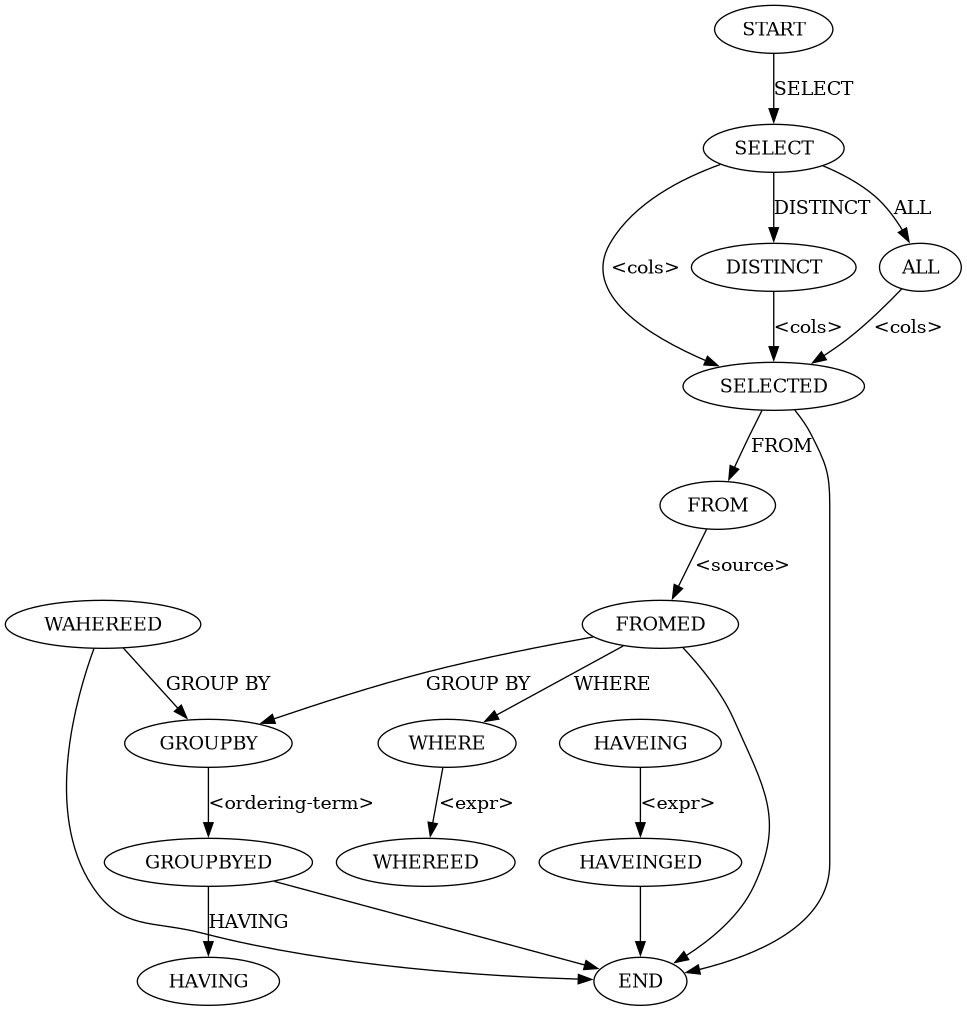
Above: grammar.png in BalderHolst/query-builder (Graphviz), before the change. Its source is kept beside it as grammar.dot. Its diagram source:
```dot

digraph my_graph {
    START SELECT SELECTED FROM FROMED WHERE WHEREED GROUPBY GROUPBYED HAVING HAVEINGED END;

    # SELECT
    START -> SELECT [label="SELECT"];
        SELECT -> DISTINCT [label="DISTINCT"];
            DISTINCT -> SELECTED [label="<cols>"]
        SELECT -> ALL [label="ALL"];
            ALL -> SELECTED [label="<cols>"]
        SELECT -> SELECTED [label="<cols>"]

    SELECTED -> END [label=""]

    # FROM
    SELECTED -> FROM [label="FROM"]
        FROM -> FROMED [label="<source>"]
            FROMED -> WHERE [label="WHERE"]
            FROMED -> GROUPBY [label="GROUP BY"]
            FROMED -> END [label=""]

    # WHERE
    WHERE -> WHEREED [label="<expr>"]
        WAHEREED -> GROUPBY [label="GROUP BY"]
        WAHEREED -> END [label=""]

    # GROUP BY
    GROUPBY -> GROUPBYED [label="<ordering-term>"]
        GROUPBYED -> HAVING [label="HAVING"]
            HAVEING -> HAVEINGED [label="<expr>"]
                HAVEINGED -> END [label=""]
        GROUPBYED -> END [label=""]
}
```
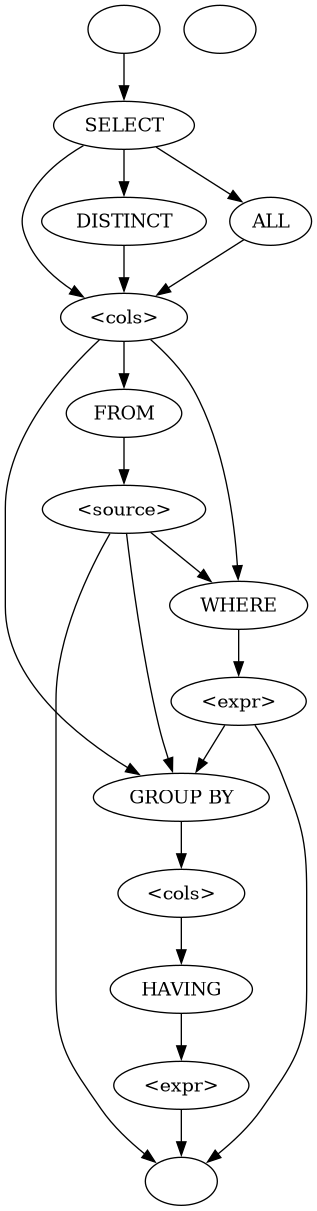
Above is the later version.

What changed in the source:
```diff
@@ -1,33 +1,37 @@
 
 digraph my_graph {
-    START SELECT SELECTED FROM FROMED WHERE WHEREED GROUPBY GROUPBYED HAVING HAVEINGED END;
+    START;
+    SELECT [label=SELECT];
+    SELECT_TARGET [label=cols];
+    FROM [label=FROM];
+    DISTINCT [label=DISTINCT];
+    ALL [label=ALL];
+    FROM_TARGET [label=source];
+    WHERE [label=WHERE];
+    WHERE_TARGET [label=expr];
+    GROUPBY [label=GROUP_BY];
+    GROUPBY_TARGET [label=cols];
+    HAVING [label=HAVING];
+    HAVING_TARGET [label=expr];
+    END;
 
-    # SELECT
-    START -> SELECT [label="SELECT"];
-        SELECT -> DISTINCT [label="DISTINCT"];
-            DISTINCT -> SELECTED [label="<cols>"]
-        SELECT -> ALL [label="ALL"];
-            ALL -> SELECTED [label="<cols>"]
-        SELECT -> SELECTED [label="<cols>"]
+    START -> SELECT;
+    SELECT -> SELECT_TARGET;
+    SELECT -> DISTINCT -> SELECT_TARGET;
+    SELECT -> ALL -> SELECT_TARGET;
+        SELECT_TARGET -> FROM
+        SELECT_TARGET -> WHERE;
+        SELECT_TARGET -> GROUPBY;
 
-    SELECTED -> END [label=""]
+    FROM -> FROM_TARGET;
+        FROM_TARGET -> END;
+        FROM_TARGET -> GROUPBY;
+        FROM_TARGET -> WHERE;
 
-    # FROM
-    SELECTED -> FROM [label="FROM"]
-        FROM -> FROMED [label="<source>"]
-            FROMED -> WHERE [label="WHERE"]
-            FROMED -> GROUPBY [label="GROUP BY"]
-            FROMED -> END [label=""]
+    WHERE -> WHERE_TARGET;
+        WHERE_TARGET -> GROUPBY;
+        WHERE_TARGET -> END;
 
-    # WHERE
-    WHERE -> WHEREED [label="<expr>"]
-        WAHEREED -> GROUPBY [label="GROUP BY"]
-        WAHEREED -> END [label=""]
-
-    # GROUP BY
-    GROUPBY -> GROUPBYED [label="<ordering-term>"]
-        GROUPBYED -> HAVING [label="HAVING"]
-            HAVEING -> HAVEINGED [label="<expr>"]
-                HAVEINGED -> END [label=""]
-        GROUPBYED -> END [label=""]
+    GROUPBY -> GROUPBY_TARGET;
+        GROUPBY_TARGET -> HAVING -> HAVING_TARGET -> END;
 }
```
